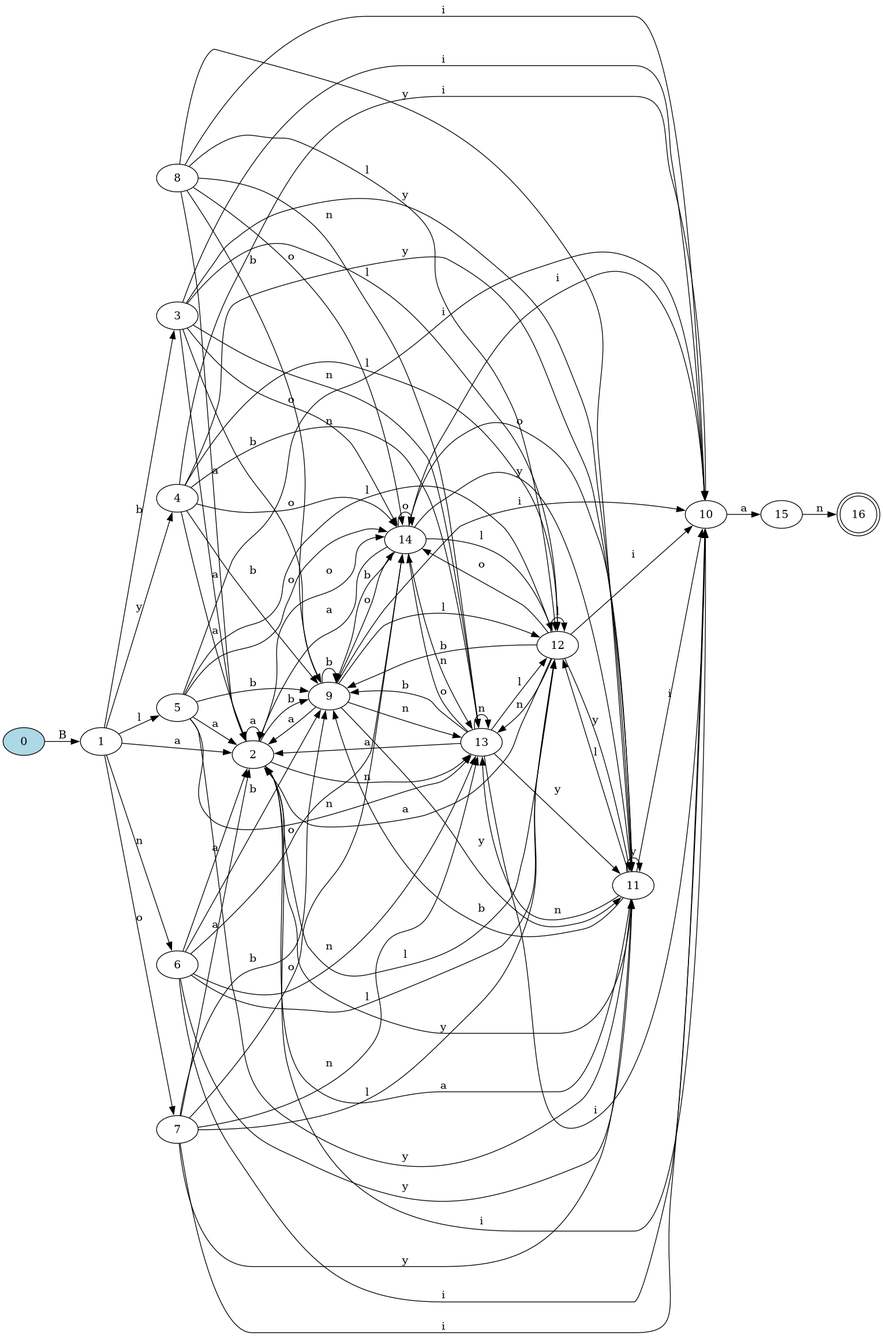
This is DFA.png from Daniel-Sima/Clone-of-the-egrep-UNIX-command, a Graphviz export, as it was before one commit. Its source is kept beside it as DFA.dot.
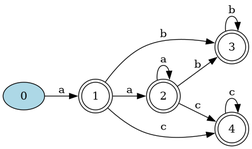
The same file after the commit.

What changed in the source:
```diff
@@ -1,100 +1,19 @@
 digraph {
 	rankdir=LR;
 
-	16 [shape=doublecircle]
+	1 [shape=doublecircle]
+	2 [shape=doublecircle]
+	3 [shape=doublecircle]
+	4 [shape=doublecircle]
 	0 [style=filled, fillcolor="lightblue"]
 
-	0->1 [label= "B"];
+	0->1 [label= "a"];
 	1->2 [label= "a"];
 	1->3 [label= "b"];
-	1->4 [label= "y"];
-	1->5 [label= "l"];
-	1->6 [label= "n"];
-	1->7 [label= "o"];
+	1->4 [label= "c"];
 	2->2 [label= "a"];
-	2->9 [label= "b"];
-	2->10 [label= "i"];
-	2->11 [label= "y"];
-	2->12 [label= "l"];
-	2->13 [label= "n"];
-	2->14 [label= "o"];
-	3->2 [label= "a"];
-	3->9 [label= "b"];
-	3->10 [label= "i"];
-	3->11 [label= "y"];
-	3->12 [label= "l"];
-	3->13 [label= "n"];
-	3->14 [label= "o"];
-	4->2 [label= "a"];
-	4->9 [label= "b"];
-	4->10 [label= "i"];
-	4->11 [label= "y"];
-	4->12 [label= "l"];
-	4->13 [label= "n"];
-	4->14 [label= "o"];
-	5->2 [label= "a"];
-	5->9 [label= "b"];
-	5->10 [label= "i"];
-	5->11 [label= "y"];
-	5->12 [label= "l"];
-	5->13 [label= "n"];
-	5->14 [label= "o"];
-	6->2 [label= "a"];
-	6->9 [label= "b"];
-	6->10 [label= "i"];
-	6->11 [label= "y"];
-	6->12 [label= "l"];
-	6->13 [label= "n"];
-	6->14 [label= "o"];
-	7->2 [label= "a"];
-	7->9 [label= "b"];
-	7->10 [label= "i"];
-	7->11 [label= "y"];
-	7->12 [label= "l"];
-	7->13 [label= "n"];
-	7->14 [label= "o"];
-	8->2 [label= "a"];
-	8->9 [label= "b"];
-	8->10 [label= "i"];
-	8->11 [label= "y"];
-	8->12 [label= "l"];
-	8->13 [label= "n"];
-	8->14 [label= "o"];
-	9->2 [label= "a"];
-	9->9 [label= "b"];
-	9->10 [label= "i"];
-	9->11 [label= "y"];
-	9->12 [label= "l"];
-	9->13 [label= "n"];
-	9->14 [label= "o"];
-	10->15 [label= "a"];
-	11->2 [label= "a"];
-	11->9 [label= "b"];
-	11->10 [label= "i"];
-	11->11 [label= "y"];
-	11->12 [label= "l"];
-	11->13 [label= "n"];
-	11->14 [label= "o"];
-	12->2 [label= "a"];
-	12->9 [label= "b"];
-	12->10 [label= "i"];
-	12->11 [label= "y"];
-	12->12 [label= "l"];
-	12->13 [label= "n"];
-	12->14 [label= "o"];
-	13->2 [label= "a"];
-	13->9 [label= "b"];
-	13->10 [label= "i"];
-	13->11 [label= "y"];
-	13->12 [label= "l"];
-	13->13 [label= "n"];
-	13->14 [label= "o"];
-	14->2 [label= "a"];
-	14->9 [label= "b"];
-	14->10 [label= "i"];
-	14->11 [label= "y"];
-	14->12 [label= "l"];
-	14->13 [label= "n"];
-	14->14 [label= "o"];
-	15->16 [label= "n"];
+	2->3 [label= "b"];
+	2->4 [label= "c"];
+	3->3 [label= "b"];
+	4->4 [label= "c"];
 }
```
